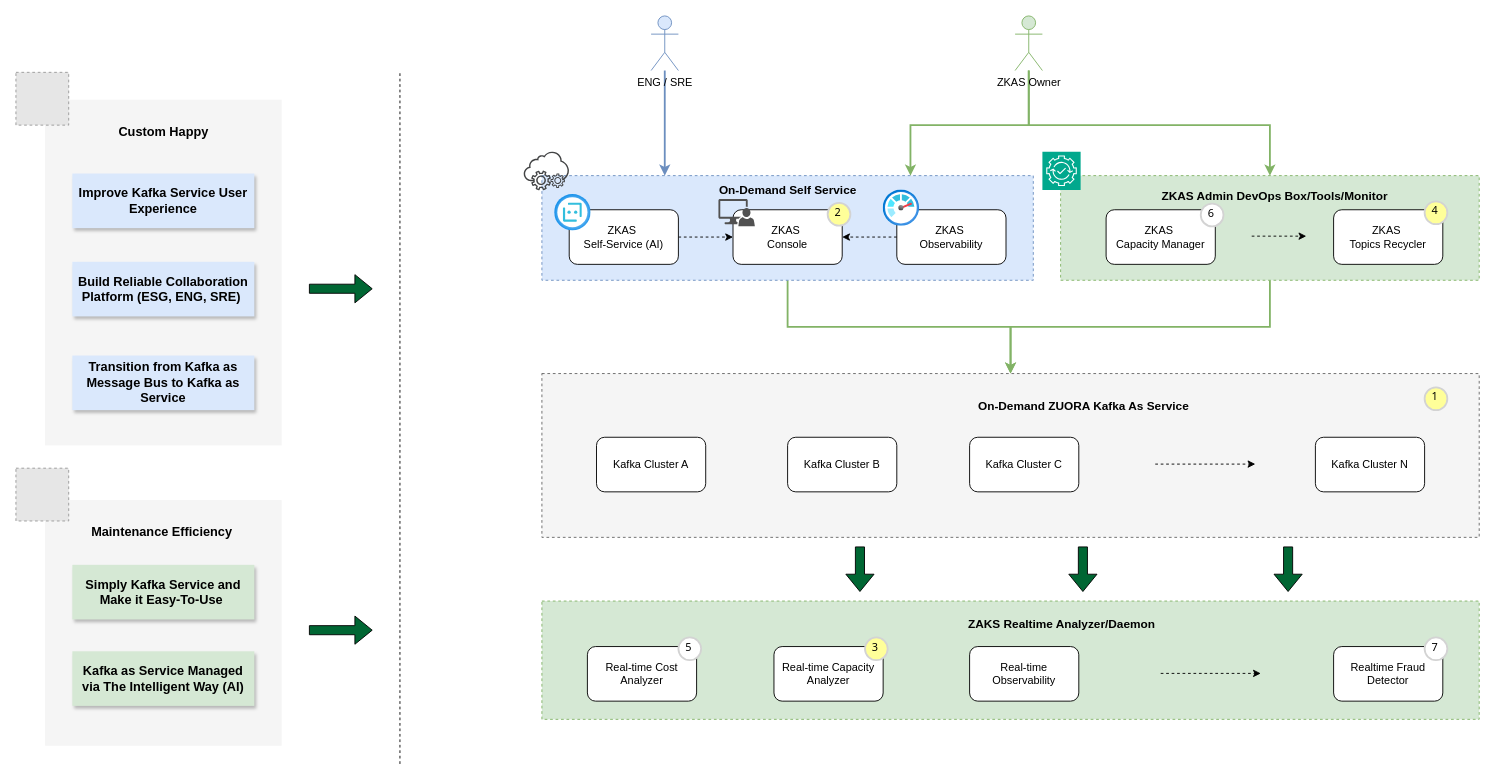
jiangtao7/draw.io keeps this draw.io diagram as Kafka as Service.drawio. Above is the earlier version. Source tidied: cells renumbered, new cells numbered last; positions are measured from the earlier drawing's top-left corner, leaving out a move shared by most shapes. Both pictures are drawn from the tidied source at 91%, with x=0, y=0 at pixel (15, 15). Pictures stored in the file or linked from it are replaced by grey dashed boxes.
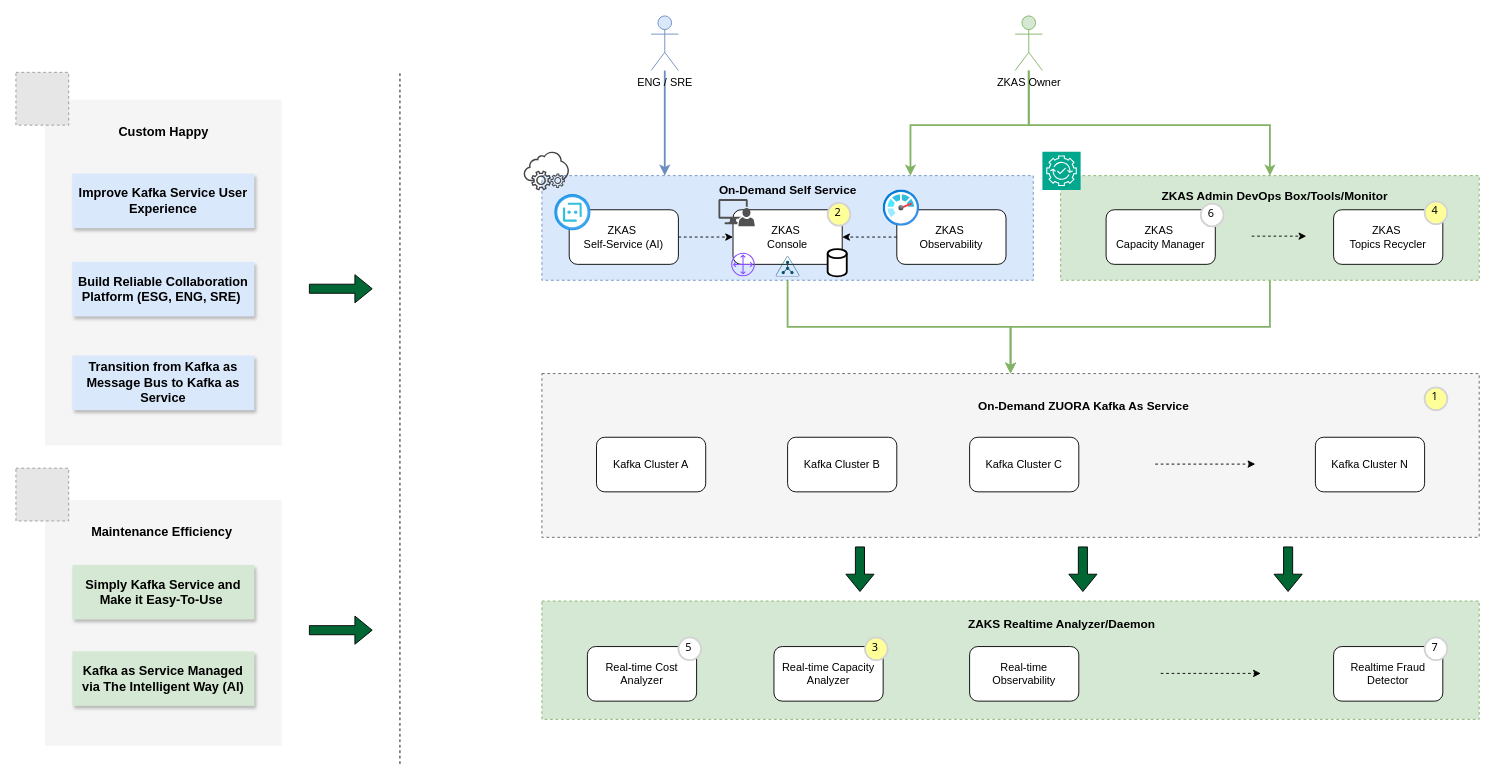
The same diagram, later.

What changed in the source:
```diff
@@
+    <mxCell id="6" style="rounded=0;whiteSpace=wrap;html=1;dashed=1;fillColor=#dae8fc;strokeColor=#6c8ebf;" parent="1" vertex="1">
+      <mxGeometry x="578" y="175.5" width="540" height="115" as="geometry" />
+    </mxCell>
@@
-    <mxCell id="6" style="rounded=0;whiteSpace=wrap;html=1;dashed=1;fillColor=#dae8fc;strokeColor=#6c8ebf;" parent="1" vertex="1">
-      <mxGeometry x="578" y="175.5" width="540" height="115" as="geometry" />
-    </mxCell>
@@
+    <mxCell id="64" style="strokeWidth=2;html=1;shape=mxgraph.flowchart.database;whiteSpace=wrap;" parent="1" vertex="1">
+      <mxGeometry x="892" y="256.2" width="21" height="30" as="geometry" />
+    </mxCell>
+    <mxCell id="65" style="sketch=0;fontColor=#232F3E;gradientColor=none;fillColor=#8C4FFF;strokeColor=none;dashed=0;verticalLabelPosition=bottom;verticalAlign=top;align=center;html=1;fontSize=12;fontStyle=0;shape=mxgraph.aws4.customer_gateway;" parent="1" vertex="1">
+      <mxGeometry x="786" y="260.2" width="26" height="26" as="geometry" />
+    </mxCell>
+    <mxCell id="66" style="verticalLabelPosition=bottom;sketch=0;html=1;verticalAlign=top;align=center;shape=mxgraph.cisco19.ldap;fillColor=#005073;strokeColor=none;" parent="1" vertex="1">
+      <mxGeometry x="835" y="264.1" width="26" height="22.1" as="geometry" />
+    </mxCell>
```
